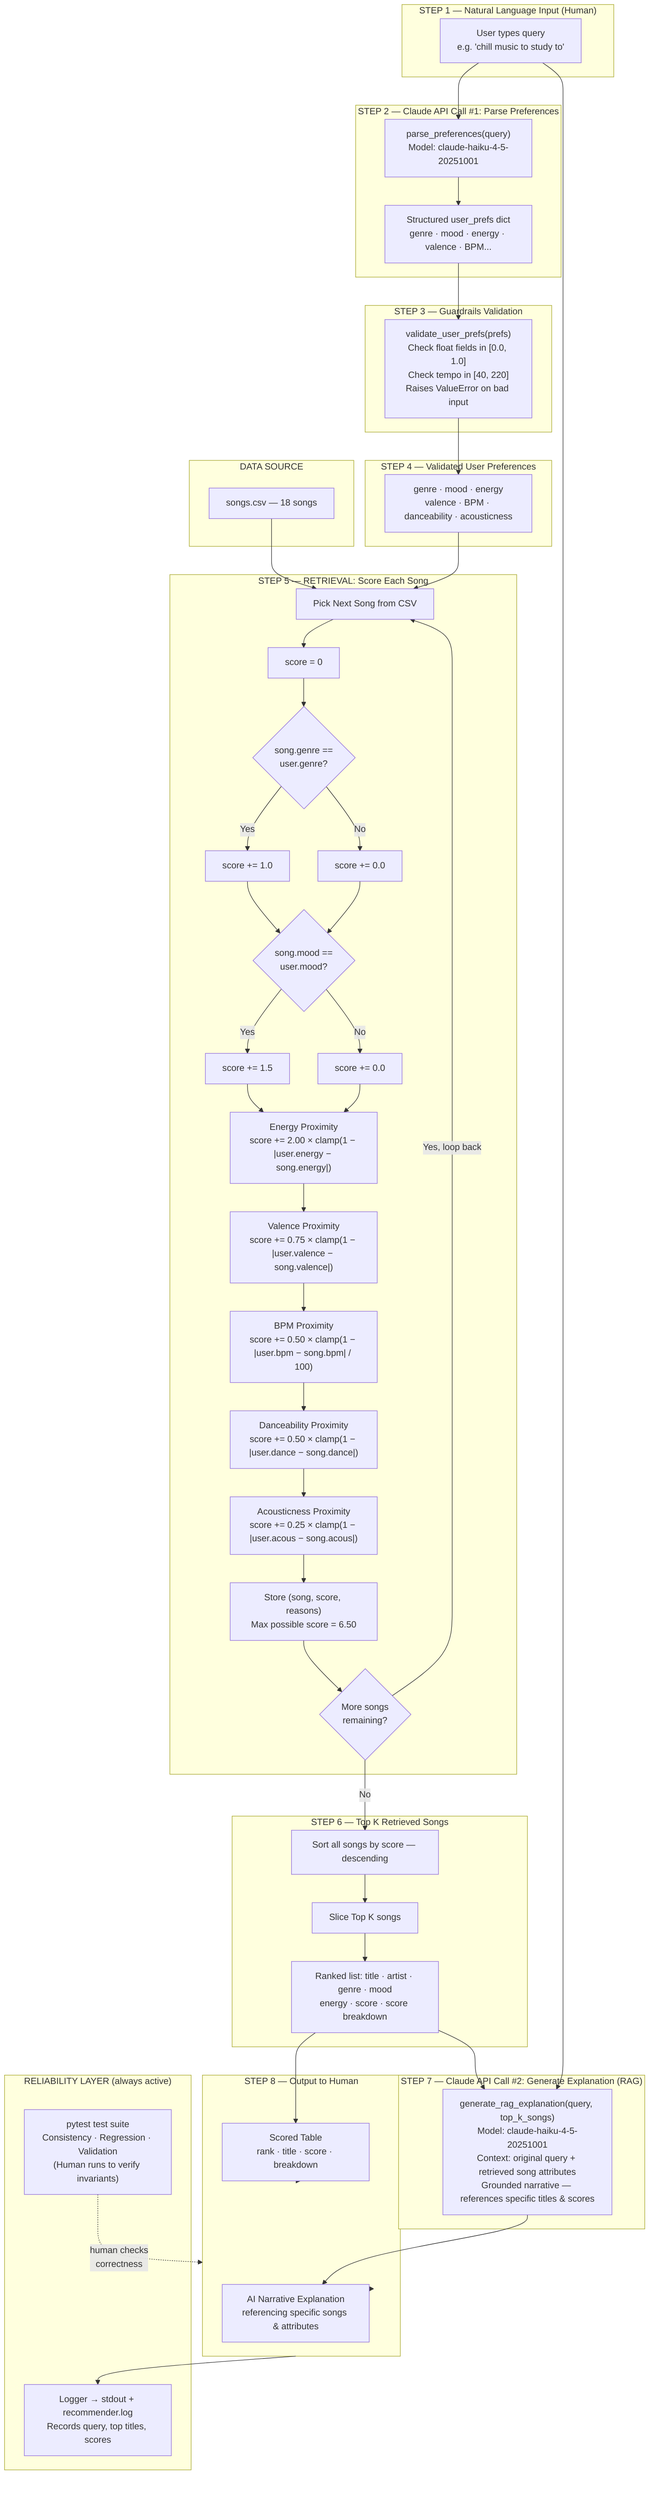
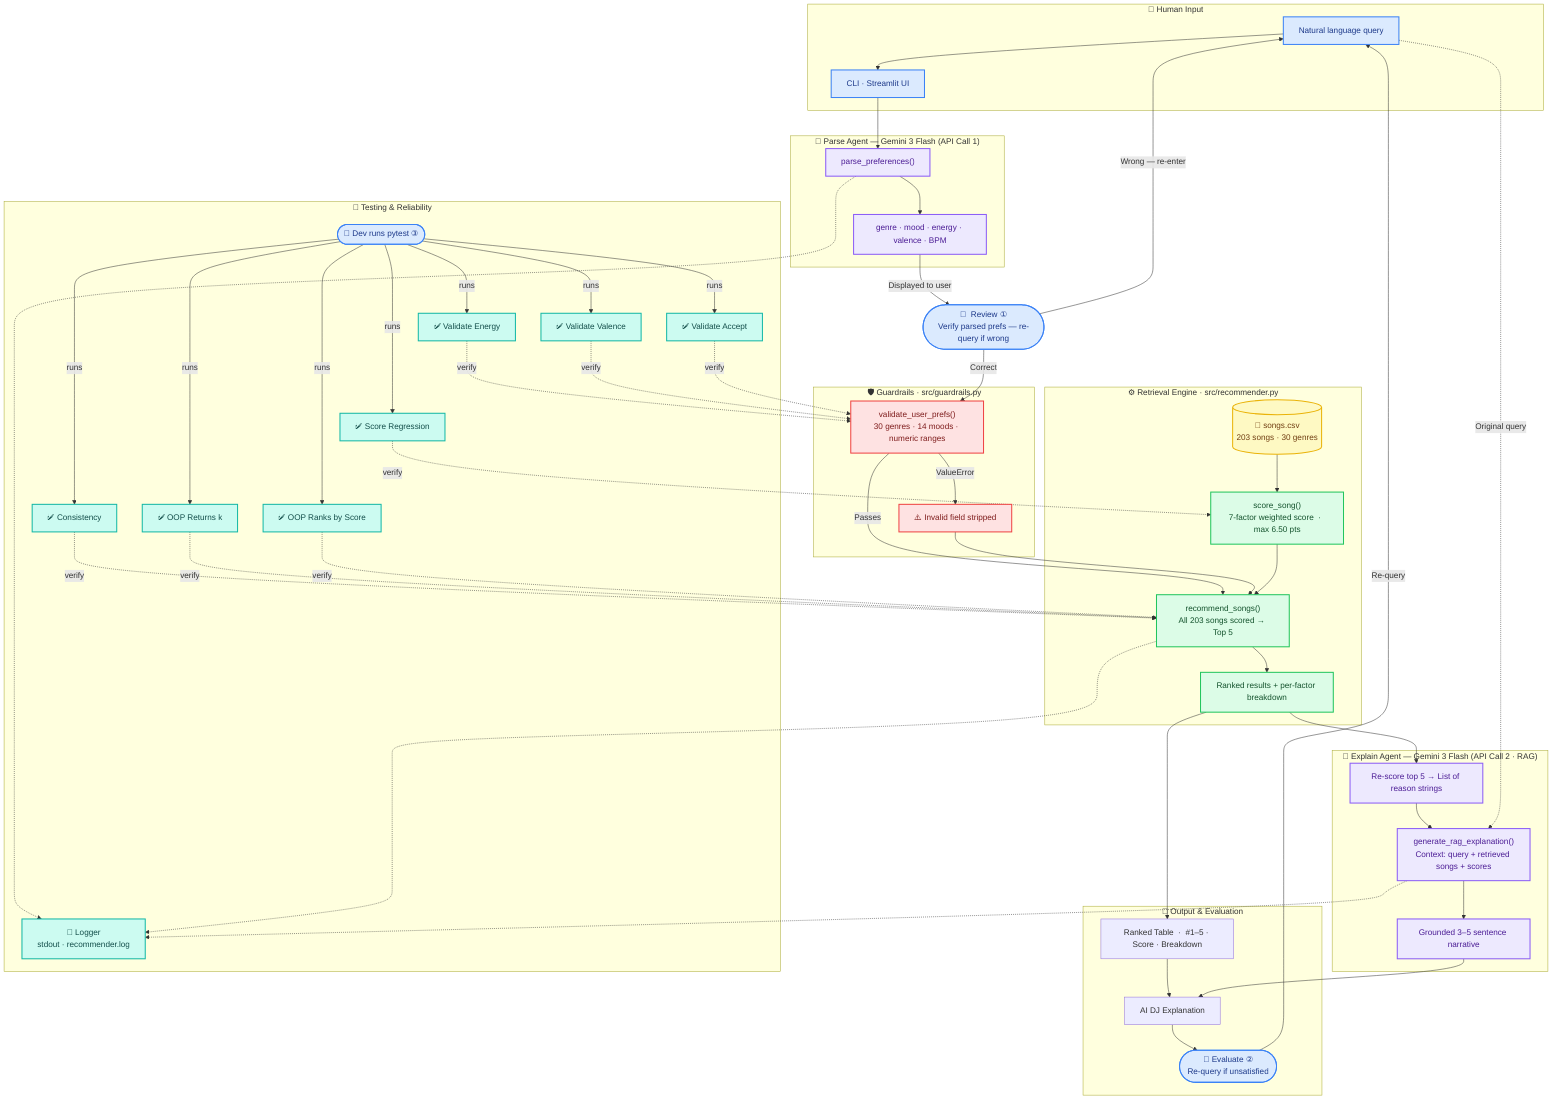
flowchart TD

-     subgraph NL_INPUT["STEP 1 — Natural Language Input (Human)"]
-         A0["User types query\ne.g. 'chill music to study to'"]
+     %% ── INPUT ────────────────────────────────────────────────────────────────
+     subgraph HUMAN_IN["👤  Human Input"]
+         Q["Natural language query"]
+         IFACE["CLI  ·  Streamlit UI"]
    end

-     subgraph PARSE["STEP 2 — Claude API Call #1: Parse Preferences"]
-         A1["parse_preferences(query)\nModel: claude-haiku-4-5-20251001"]
-         A2["Structured user_prefs dict\ngenre · mood · energy · valence · BPM..."]
+     %% ── PARSE ────────────────────────────────────────────────────────────────
+     subgraph PARSE_AGENT["🤖  Parse Agent  —  Gemini 3 Flash  (API Call 1)"]
+         PARSE_FN["parse_preferences()"]
+         PREFS["genre · mood · energy · valence · BPM"]
    end

-     subgraph GUARD["STEP 3 — Guardrails Validation"]
-         A3["validate_user_prefs(prefs)\nCheck float fields in [0.0, 1.0]\nCheck tempo in [40, 220]\nRaises ValueError on bad input"]
+     %% ── HUMAN REVIEW ①  ──────────────────────────────────────────────────────
+     HCHECK(["👤  Review ①\nVerify parsed prefs — re-query if wrong"])
+ 
+     %% ── GUARDRAILS ───────────────────────────────────────────────────────────
+     subgraph GUARDRAILS["🛡️  Guardrails  ·  src/guardrails.py"]
+         VALID["validate_user_prefs()\n30 genres · 14 moods · numeric ranges"]
+         WARN["⚠️  Invalid field stripped"]
    end

-     subgraph INPUT["STEP 4 — Validated User Preferences"]
-         A["genre · mood · energy\nvalence · BPM · danceability · acousticness"]
+     %% ── RETRIEVAL ────────────────────────────────────────────────────────────
+     subgraph RETRIEVAL["⚙️  Retrieval Engine  ·  src/recommender.py"]
+         CATALOG[("📁  songs.csv\n203 songs · 30 genres")]
+         SCORER["score_song()\n7-factor weighted score  ·  max 6.50 pts"]
+         RECOMMENDER["recommend_songs()\nAll 203 songs scored → Top 5"]
+         TOP5["Ranked results + per-factor breakdown"]
    end

-     subgraph SOURCE["DATA SOURCE"]
-         B["songs.csv — 18 songs"]
+     %% ── RAG EXPLAIN ──────────────────────────────────────────────────────────
+     subgraph RAG["🤖  Explain Agent  —  Gemini 3 Flash  (API Call 2  ·  RAG)"]
+         RESCORE["Re-score top 5 → List of reason strings"]
+         EXPLAIN["generate_rag_explanation()\nContext: query + retrieved songs + scores"]
+         STORY["Grounded 3–5 sentence narrative"]
    end

-     subgraph PROCESS["STEP 5 — RETRIEVAL: Score Each Song"]
-         C["Pick Next Song from CSV"]
-         D["score = 0"]
- 
-         E{"song.genre ==\nuser.genre?"}
-         F["score += 1.0"]
-         G["score += 0.0"]
- 
-         H{"song.mood ==\nuser.mood?"}
-         I["score += 1.5"]
-         J["score += 0.0"]
- 
-         K["Energy Proximity\nscore += 2.00 × clamp(1 − |user.energy − song.energy|)"]
-         L["Valence Proximity\nscore += 0.75 × clamp(1 − |user.valence − song.valence|)"]
-         M["BPM Proximity\nscore += 0.50 × clamp(1 − |user.bpm − song.bpm| / 100)"]
-         N["Danceability Proximity\nscore += 0.50 × clamp(1 − |user.dance − song.dance|)"]
-         O["Acousticness Proximity\nscore += 0.25 × clamp(1 − |user.acous − song.acous|)"]
- 
-         P["Store (song, score, reasons)\nMax possible score = 6.50"]
- 
-         Q{"More songs\nremaining?"}
+     %% ── OUTPUT ───────────────────────────────────────────────────────────────
+     subgraph OUTPUT["👤  Output  &  Evaluation"]
+         TABLE["Ranked Table  ·  #1–5 · Score · Breakdown"]
+         TEXT["AI DJ Explanation"]
+         EVAL(["👤  Evaluate ②\nRe-query if unsatisfied"])
    end

-     subgraph RETRIEVE["STEP 6 — Top K Retrieved Songs"]
-         R["Sort all songs by score — descending"]
-         S["Slice Top K songs"]
-         T["Ranked list: title · artist · genre · mood\nenergy · score · score breakdown"]
+     %% ── TESTING & RELIABILITY ────────────────────────────────────────────────
+     subgraph RELIABILITY["🧪  Testing  &  Reliability"]
+         LOG["📝  Logger\nstdout  ·  recommender.log"]
+         T1["✅  Consistency"]
+         T2["✅  Score Regression"]
+         T3["✅  Validate Energy"]
+         T4["✅  Validate Valence"]
+         T5["✅  Validate Accept"]
+         T6["✅  OOP Returns k"]
+         T7["✅  OOP Ranks by Score"]
+         DEV(["👤  Dev runs pytest  ③"])
    end

-     subgraph EXPLAIN["STEP 7 — Claude API Call #2: Generate Explanation (RAG)"]
-         U["generate_rag_explanation(query, top_k_songs)\nModel: claude-haiku-4-5-20251001\nContext: original query + retrieved song attributes\nGrounded narrative — references specific titles & scores"]
-     end
+     %% ── PRIMARY DATA FLOW ────────────────────────────────────────────────────
+     Q --> IFACE --> PARSE_FN --> PREFS
+     PREFS -->|"Displayed to user"| HCHECK
+     HCHECK -->|"Correct"| VALID
+     HCHECK -->|"Wrong — re-enter"| Q
+     VALID -->|"Passes"| RECOMMENDER
+     VALID -->|"ValueError"| WARN --> RECOMMENDER
+     CATALOG --> SCORER --> RECOMMENDER --> TOP5
+     TOP5 --> TABLE
+     TOP5 --> RESCORE --> EXPLAIN --> STORY
+     Q -.->|"Original query"| EXPLAIN
+     TABLE --> TEXT
+     STORY --> TEXT --> EVAL
+     EVAL -->|"Re-query"| Q

-     subgraph OUTPUT["STEP 8 — Output to Human"]
-         V["Scored Table\nrank · title · score · breakdown"]
-         W["AI Narrative Explanation\nreferencing specific songs & attributes"]
-     end
+     %% ── LOGGING SIDE-CHANNEL ─────────────────────────────────────────────────
+     PARSE_FN -.-> LOG
+     RECOMMENDER -.-> LOG
+     EXPLAIN -.-> LOG

-     subgraph RELIABILITY["RELIABILITY LAYER (always active)"]
-         LOG["Logger → stdout + recommender.log\nRecords query, top titles, scores"]
-         TESTS["pytest test suite\nConsistency · Regression · Validation\n(Human runs to verify invariants)"]
-     end
+     %% ── TESTING HOOKS ────────────────────────────────────────────────────────
+     T1 & T6 & T7 -.->|"verify"| RECOMMENDER
+     T2 -.->|"verify"| SCORER
+     T3 & T4 & T5 -.->|"verify"| VALID
+     DEV -->|"runs"| T1 & T2 & T3 & T4 & T5 & T6 & T7

-     A0 --> A1
-     A1 --> A2
-     A2 --> A3
-     A3 --> A
+     %% ── STYLES ───────────────────────────────────────────────────────────────
+     classDef human  fill:#dbeafe,stroke:#3b82f6,stroke-width:2px,color:#1e3a8a
+     classDef llm    fill:#ede9fe,stroke:#8b5cf6,stroke-width:2px,color:#4c1d95
+     classDef engine fill:#dcfce7,stroke:#22c55e,stroke-width:2px,color:#14532d
+     classDef data   fill:#fef9c3,stroke:#eab308,stroke-width:2px,color:#713f12
+     classDef guard  fill:#fee2e2,stroke:#ef4444,stroke-width:2px,color:#7f1d1d
+     classDef test   fill:#ccfbf1,stroke:#14b8a6,stroke-width:2px,color:#134e4a

-     A --> C
-     B --> C
-     C --> D --> E
- 
-     E -- "Yes" --> F --> H
-     E -- "No"  --> G --> H
- 
-     H -- "Yes" --> I --> K
-     H -- "No"  --> J --> K
- 
-     K --> L --> M --> N --> O --> P --> Q
-     Q -- "Yes, loop back" --> C
-     Q -- "No"             --> R --> S --> T
- 
-     T --> V
-     T --> U
-     A0 --> U
-     U --> W
- 
-     V --> OUTPUT
-     W --> OUTPUT
- 
-     OUTPUT --> LOG
-     TESTS -.->|"human checks\ncorrectness"| OUTPUT
+     class Q,IFACE,HCHECK,EVAL,DEV human
+     class PARSE_FN,PREFS,EXPLAIN,STORY,RESCORE llm
+     class SCORER,RECOMMENDER,TOP5 engine
+     class CATALOG data
+     class VALID,WARN guard
+     class T1,T2,T3,T4,T5,T6,T7,LOG test
